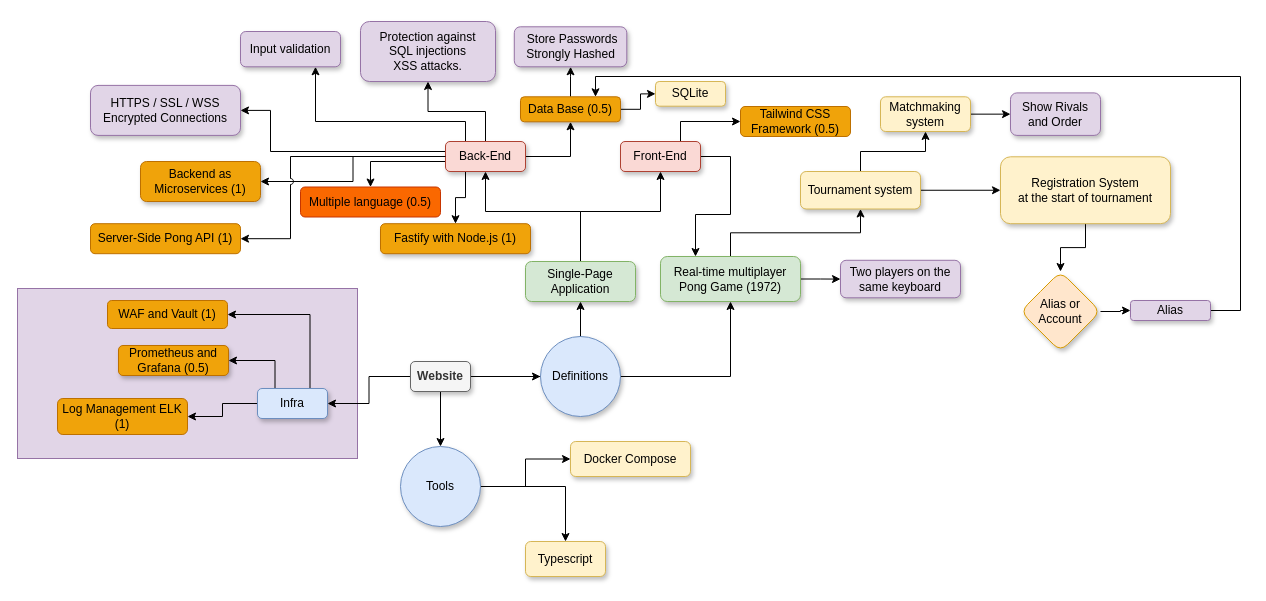
Above: docs/Project.drawio in 3lsy/transcendence (draw.io), before the change. Source tidied: cells renumbered, new cells numbered last; positions are measured from the earlier drawing's top-left corner, leaving out a move shared by most shapes. Both pictures are drawn from the tidied source at 100%, with x=0, y=0 at pixel (17, 21).
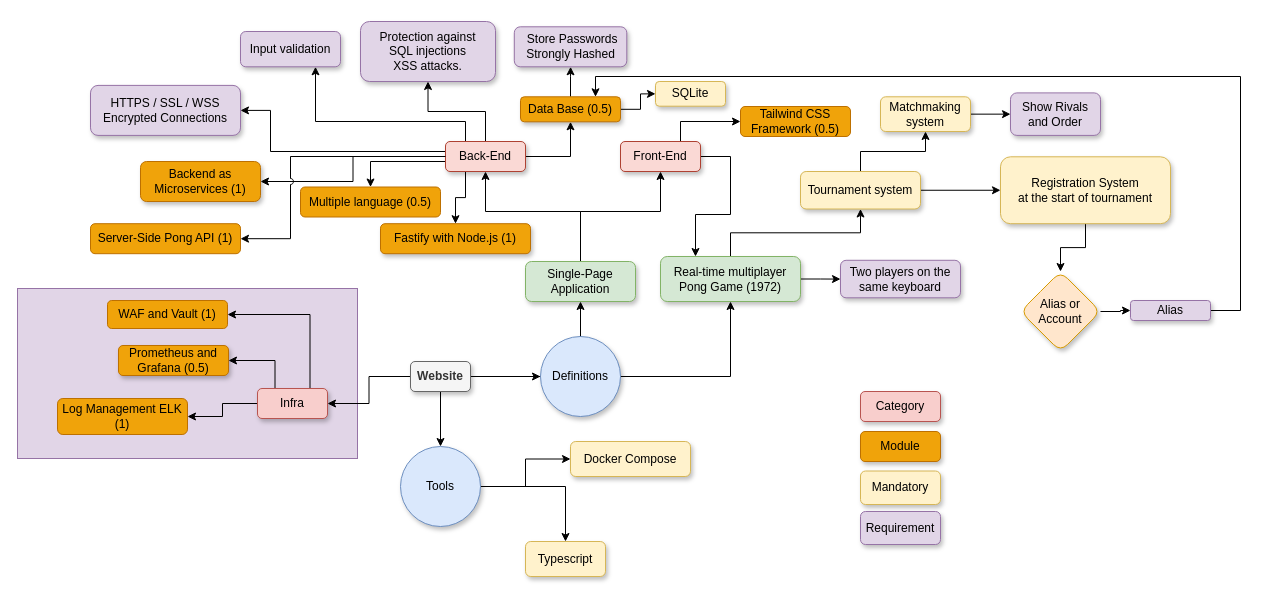
After the change.

Diff of the diagram source:
```diff
@@
-    <mxCell id="58" value="Infra" style="rounded=1;whiteSpace=wrap;html=1;shadow=1;fillColor=#dae8fc;strokeColor=#6c8ebf;" parent="1" vertex="1">
+    <mxCell id="58" value="Infra" style="rounded=1;whiteSpace=wrap;html=1;shadow=1;fillColor=#f8cecc;strokeColor=#b85450;" parent="1" vertex="1">
       <mxGeometry x="240" y="367" width="70" height="30" as="geometry" />
     </mxCell>
@@
-    <mxCell id="61" value="Multiple language (0.5)" style="rounded=1;whiteSpace=wrap;html=1;fillColor=#fa6800;fontColor=#000000;strokeColor=#C73500;" parent="1" vertex="1">
+    <mxCell id="61" value="Multiple language (0.5)" style="rounded=1;whiteSpace=wrap;html=1;fillColor=#F0A30A;fontColor=#000000;strokeColor=#BD7000;" parent="1" vertex="1">
       <mxGeometry x="283" y="165.5" width="140" height="30" as="geometry" />
     </mxCell>
@@
+    <mxCell id="66" value="Module" style="rounded=1;whiteSpace=wrap;html=1;fillColor=#f0a30a;fontColor=#000000;strokeColor=#BD7000;shadow=1;" parent="1" vertex="1">
+      <mxGeometry x="843" y="410" width="80" height="30" as="geometry" />
+    </mxCell>
+    <mxCell id="67" value="Mandatory" style="whiteSpace=wrap;html=1;fillColor=#fff2cc;strokeColor=#d6b656;rounded=1;shadow=1;glass=0;" parent="1" vertex="1">
+      <mxGeometry x="843" y="449.5" width="80" height="33.5" as="geometry" />
+    </mxCell>
+    <mxCell id="68" value="Requirement" style="whiteSpace=wrap;html=1;fillColor=#e1d5e7;strokeColor=#9673a6;rounded=1;shadow=1;glass=0;" parent="1" vertex="1">
+      <mxGeometry x="843" y="490" width="80" height="33" as="geometry" />
+    </mxCell>
+    <mxCell id="69" value="Category" style="rounded=1;whiteSpace=wrap;html=1;shadow=1;fillColor=#f8cecc;strokeColor=#b85450;" parent="1" vertex="1">
+      <mxGeometry x="843" y="370" width="80" height="30" as="geometry" />
+    </mxCell>
```
